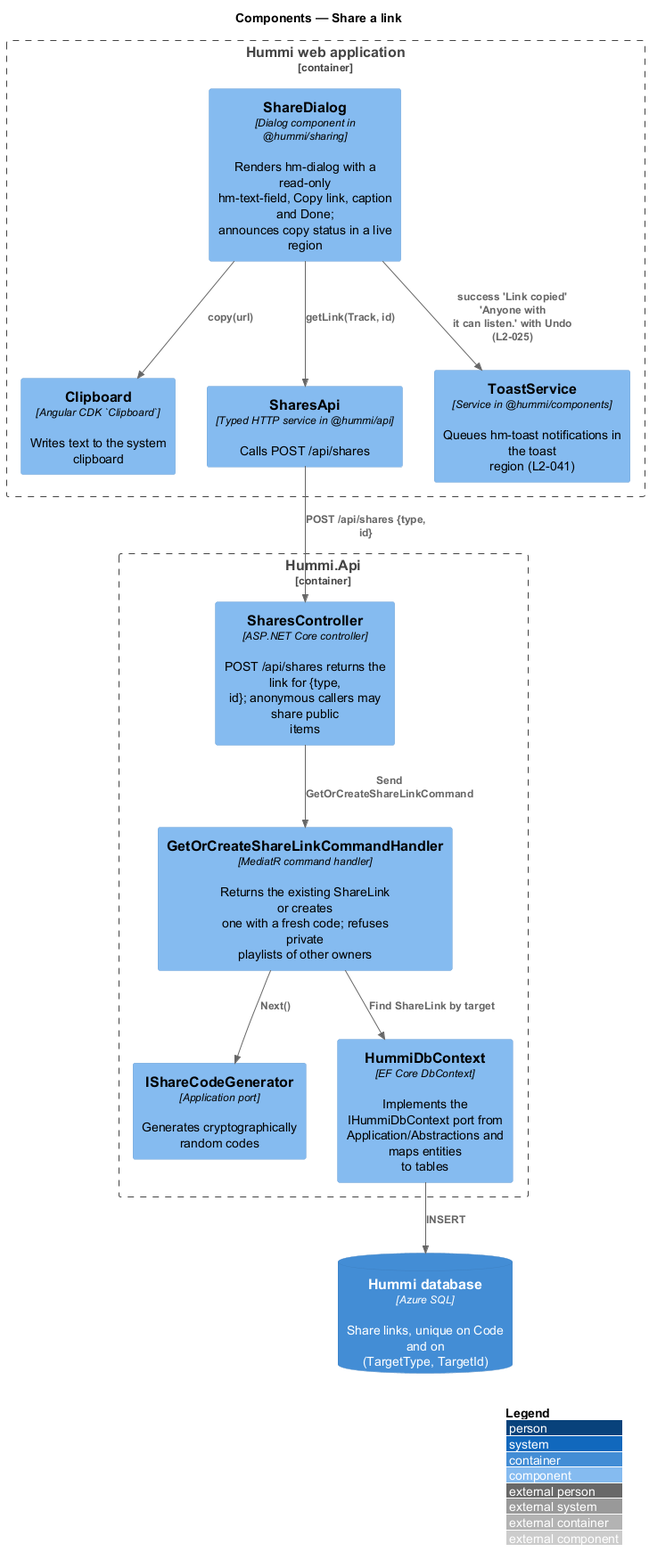
QuinntyneBrown/hummi keeps this PlantUML diagram as docs/detailed-designs/sharing/share-link/diagrams/c4-component.png. Above is the earlier version. Source of this version:
```plantuml
@startuml
!include <C4/C4_Component>
LAYOUT_WITH_LEGEND()
title Components — Share a link

Container_Boundary(spa, "Hummi web application") {
  Component(dlg, "ShareDialog", "Dialog component in @hummi/sharing", "Renders hm-dialog with a read-only\nhm-text-field, Copy link, caption and Done;\nannounces copy status in a live region")
  Component(clip, "Clipboard", "Angular CDK `Clipboard`", "Writes text to the system clipboard")
  Component(client, "SharesApi", "Typed HTTP service in @hummi/api", "Calls POST /api/shares")
  Component(toast, "ToastService", "Service in @hummi/components", "Queues hm-toast notifications in the toast\nregion (L2-041)")
}
Container_Boundary(api, "Hummi.Api") {
  Component(ctl, "SharesController", "ASP.NET Core controller", "POST /api/shares returns the link for {type,\nid}; anonymous callers may share public\nitems")
  Component(cmd, "GetOrCreateShareLinkCommandHandler", "MediatR command handler", "Returns the existing ShareLink or creates\none with a fresh code; refuses private\nplaylists of other owners")
  Component(gen, "IShareCodeGenerator", "Application port", "Generates cryptographically random codes")
  Component(ctx, "HummiDbContext", "EF Core DbContext", "Implements the IHummiDbContext port from\nApplication/Abstractions and maps entities\nto tables")
}
ContainerDb(db, "Hummi database", "Azure SQL", "Share links, unique on Code and on\n(TargetType, TargetId)")
Rel(dlg, client, "getLink(Track, id)")
Rel(client, ctl, "POST /api/shares {type, id}")
Rel(ctl, cmd, "Send GetOrCreateShareLinkCommand")
Rel(cmd, ctx, "Find ShareLink by target")
Rel(cmd, gen, "Next()")
Rel(ctx, db, "INSERT")
Rel(dlg, clip, "copy(url)")
Rel(dlg, toast, "success 'Link copied' 'Anyone with\nit can listen.' with Undo (L2-025)")
@enduml
```
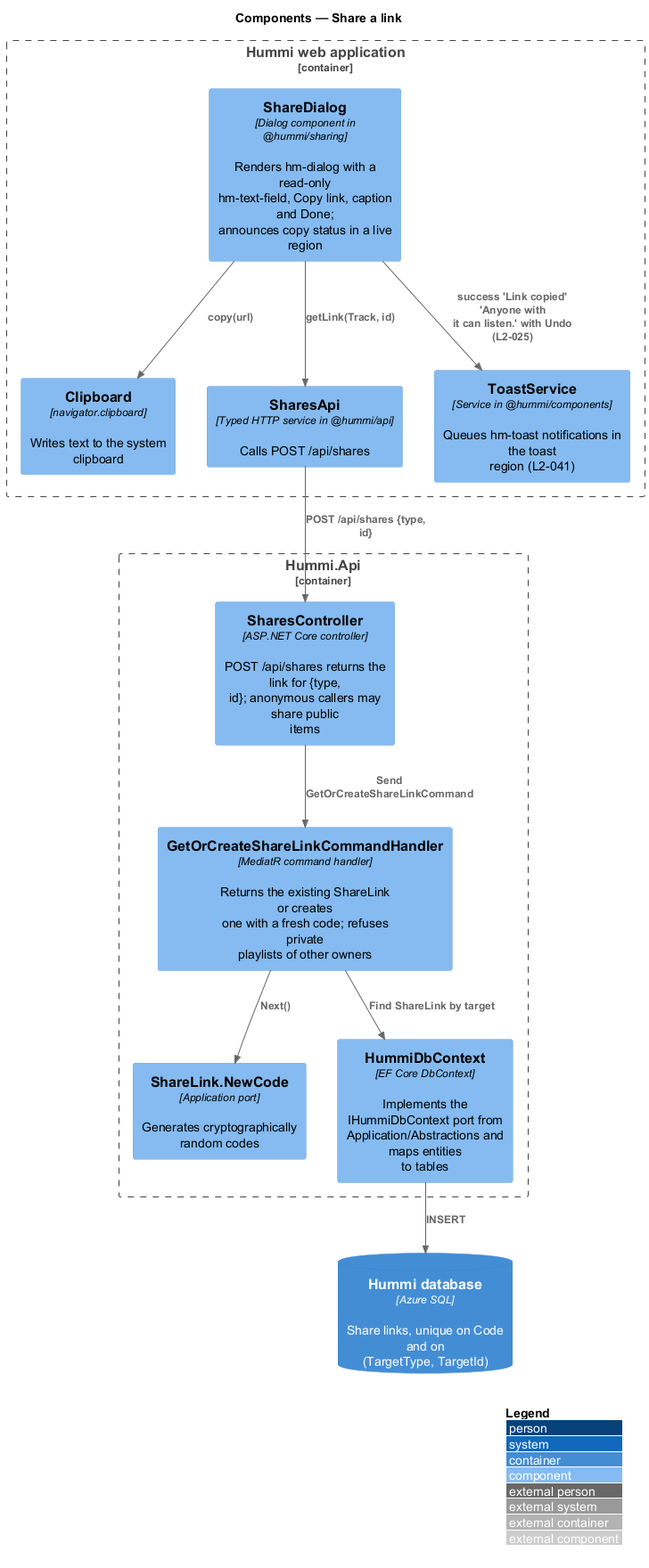
The same file after the commit.

The edit, as a diff of the source:
```diff
@@ -5,14 +5,14 @@
 
 Container_Boundary(spa, "Hummi web application") {
   Component(dlg, "ShareDialog", "Dialog component in @hummi/sharing", "Renders hm-dialog with a read-only\nhm-text-field, Copy link, caption and Done;\nannounces copy status in a live region")
-  Component(clip, "Clipboard", "Angular CDK `Clipboard`", "Writes text to the system clipboard")
+  Component(clip, "Clipboard", "navigator.clipboard", "Writes text to the system clipboard")
   Component(client, "SharesApi", "Typed HTTP service in @hummi/api", "Calls POST /api/shares")
   Component(toast, "ToastService", "Service in @hummi/components", "Queues hm-toast notifications in the toast\nregion (L2-041)")
 }
 Container_Boundary(api, "Hummi.Api") {
   Component(ctl, "SharesController", "ASP.NET Core controller", "POST /api/shares returns the link for {type,\nid}; anonymous callers may share public\nitems")
   Component(cmd, "GetOrCreateShareLinkCommandHandler", "MediatR command handler", "Returns the existing ShareLink or creates\none with a fresh code; refuses private\nplaylists of other owners")
-  Component(gen, "IShareCodeGenerator", "Application port", "Generates cryptographically random codes")
+  Component(gen, "ShareLink.NewCode", "Application port", "Generates cryptographically random codes")
   Component(ctx, "HummiDbContext", "EF Core DbContext", "Implements the IHummiDbContext port from\nApplication/Abstractions and maps entities\nto tables")
 }
 ContainerDb(db, "Hummi database", "Azure SQL", "Share links, unique on Code and on\n(TargetType, TargetId)")
```
